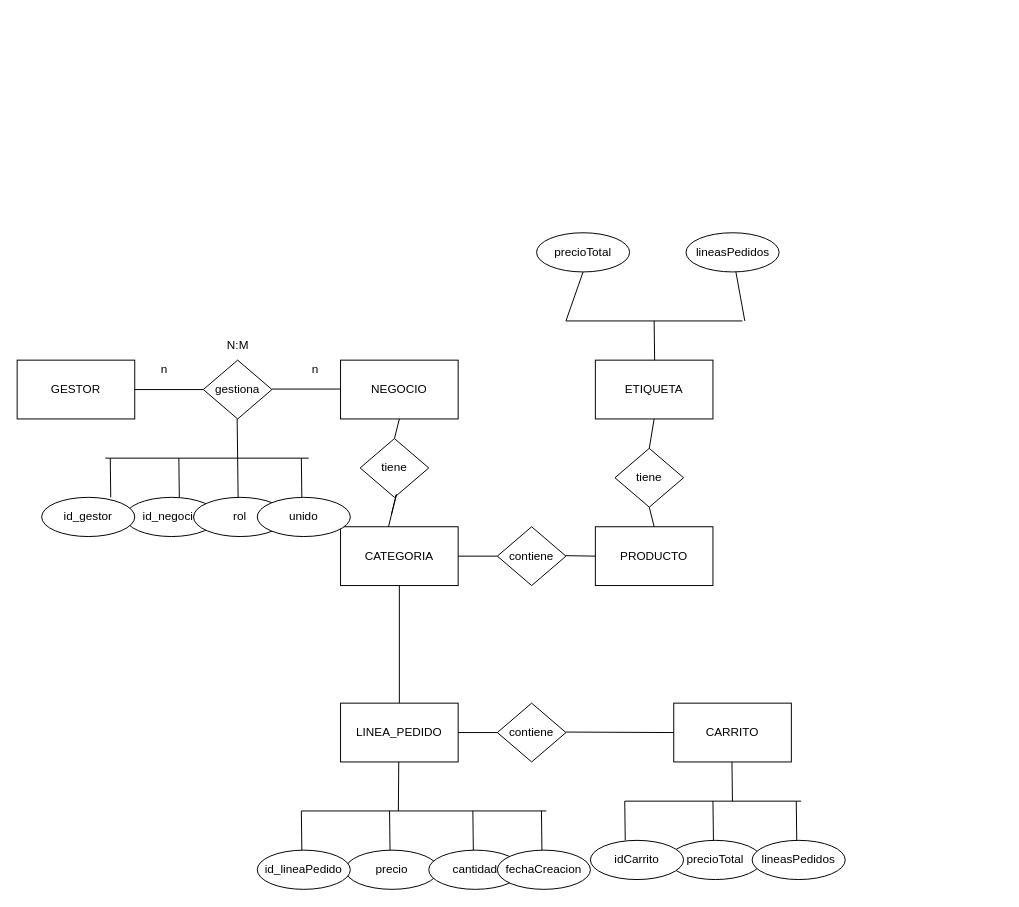
bilaldev1996/BaseDeDatos keeps this draw.io diagram as Diagrama sin título.drawio. Above is the earlier version. Source tidied: cells renumbered, new cells numbered last; positions are measured from the earlier drawing's top-left corner, leaving out a move shared by most shapes. Both pictures are drawn from the tidied source at 98%, with x=0, y=0 at pixel (17, 232).
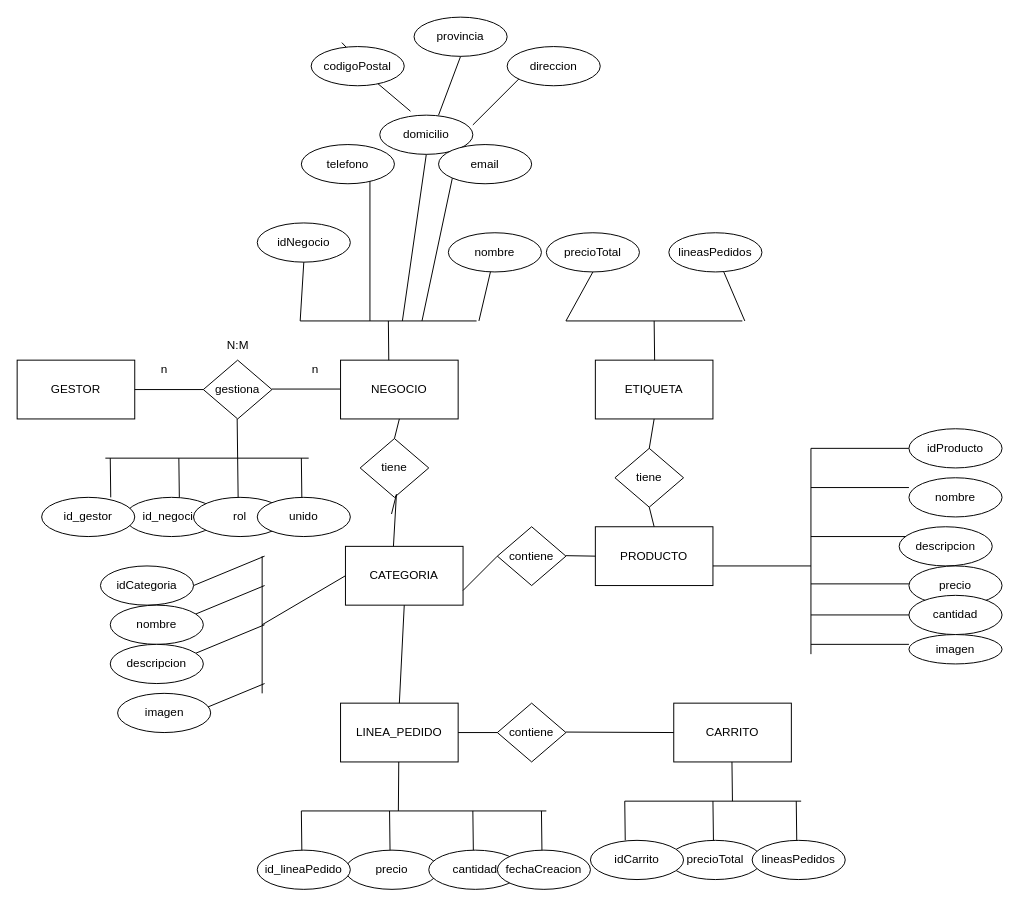
The same page after the edit.

The change refers to these unchanged cells:
```xml
<mxCell id="13" value="contiene" style="rhombus;whiteSpace=wrap;html=1;" parent="1" vertex="1">
  <mxGeometry x="490" y="300" width="70" height="60" as="geometry" />
</mxCell>
```

The edit, as a diff of the source:
```diff
@@
     <mxCell id="4" value="CATEGORIA" style="rounded=0;whiteSpace=wrap;html=1;" parent="1" vertex="1">
-      <mxGeometry x="330" y="300" width="120" height="60" as="geometry" />
+      <mxGeometry x="335" y="320" width="120" height="60" as="geometry" />
     </mxCell>
@@
-    <mxCell id="14" style="endArrow=none;html=1;rounded=0;entryX=0;entryY=0.5;entryDx=0;entryDy=0;" parent="1" edge="1" target="13">
-      <mxGeometry relative="1" as="geometry">
-        <mxPoint x="450" y="330" as="sourcePoint" />
-      </mxGeometry>
+    <mxCell id="14" style="endArrow=none;html=1;rounded=0;entryX=0;entryY=0.5;entryDx=0;entryDy=0;exitX=1;exitY=0.75;exitDx=0;exitDy=0;" parent="1" edge="1" source="4" target="13">
+      <mxGeometry relative="1" as="geometry" />
     </mxCell>
@@
     <mxCell id="58" value="precioTotal" style="ellipse;whiteSpace=wrap;html=1;" parent="1" vertex="1">
-      <mxGeometry x="530" width="95" height="40" as="geometry" />
+      <mxGeometry x="540" width="95" height="40" as="geometry" />
     </mxCell>
@@
     <mxCell id="60" value="lineasPedidos" style="ellipse;whiteSpace=wrap;html=1;" parent="1" vertex="1">
-      <mxGeometry x="682.5" width="95" height="40" as="geometry" />
+      <mxGeometry x="665" width="95" height="40" as="geometry" />
     </mxCell>
@@
+    <mxCell id="63" style="endArrow=none;html=1;rounded=0;endSize=6;" parent="1" edge="1">
+      <mxGeometry relative="1" as="geometry">
+        <mxPoint x="250" y="400" as="sourcePoint" />
+        <mxPoint x="335" y="350" as="targetPoint" />
+      </mxGeometry>
+    </mxCell>
+    <mxCell id="64" style="endArrow=none;html=1;rounded=0;endSize=6;" parent="1" edge="1">
+      <mxGeometry relative="1" as="geometry">
+        <mxPoint x="250" y="470" as="sourcePoint" />
+        <mxPoint x="250" y="330" as="targetPoint" />
+      </mxGeometry>
+    </mxCell>
+    <mxCell id="65" style="endArrow=none;html=1;rounded=0;endSize=6;" parent="1" edge="1">
+      <mxGeometry relative="1" as="geometry">
+        <mxPoint x="180" y="360" as="sourcePoint" />
+        <mxPoint x="252.5" y="330" as="targetPoint" />
+      </mxGeometry>
+    </mxCell>
+    <mxCell id="66" style="endArrow=none;html=1;rounded=0;endSize=6;" parent="1" edge="1">
+      <mxGeometry relative="1" as="geometry">
+        <mxPoint x="180" y="390" as="sourcePoint" />
+        <mxPoint x="252.5" y="360" as="targetPoint" />
+      </mxGeometry>
+    </mxCell>
+    <mxCell id="67" style="endArrow=none;html=1;rounded=0;endSize=6;" parent="1" edge="1">
+      <mxGeometry relative="1" as="geometry">
+        <mxPoint x="180" y="430" as="sourcePoint" />
+        <mxPoint x="252.5" y="400" as="targetPoint" />
+      </mxGeometry>
+    </mxCell>
+    <mxCell id="68" style="endArrow=none;html=1;rounded=0;endSize=6;" parent="1" edge="1">
+      <mxGeometry relative="1" as="geometry">
+        <mxPoint x="180" y="490" as="sourcePoint" />
+        <mxPoint x="252.5" y="460" as="targetPoint" />
+      </mxGeometry>
+    </mxCell>
+    <mxCell id="69" value="idCategoria" style="ellipse;whiteSpace=wrap;html=1;" parent="1" vertex="1">
+      <mxGeometry x="85" y="340" width="95" height="40" as="geometry" />
+    </mxCell>
+    <mxCell id="70" value="nombre" style="ellipse;whiteSpace=wrap;html=1;" parent="1" vertex="1">
+      <mxGeometry x="95" y="380" width="95" height="40" as="geometry" />
+    </mxCell>
+    <mxCell id="71" value="descripcion" style="ellipse;whiteSpace=wrap;html=1;" parent="1" vertex="1">
+      <mxGeometry x="95" y="420" width="95" height="40" as="geometry" />
+    </mxCell>
+    <mxCell id="72" value="imagen" style="ellipse;whiteSpace=wrap;html=1;" parent="1" vertex="1">
+      <mxGeometry x="102.5" y="470" width="95" height="40" as="geometry" />
+    </mxCell>
+    <mxCell id="73" style="endArrow=none;html=1;rounded=0;endSize=6;" parent="1" edge="1">
+      <mxGeometry relative="1" as="geometry">
+        <mxPoint x="710" y="340" as="sourcePoint" />
+        <mxPoint x="810" y="340" as="targetPoint" />
+      </mxGeometry>
+    </mxCell>
+    <mxCell id="74" style="endArrow=none;html=1;rounded=0;endSize=6;" parent="1" edge="1">
+      <mxGeometry relative="1" as="geometry">
+        <mxPoint x="810" y="430" as="sourcePoint" />
+        <mxPoint x="810" y="220" as="targetPoint" />
+      </mxGeometry>
+    </mxCell>
+    <mxCell id="75" style="endArrow=none;html=1;rounded=0;endSize=6;" parent="1" edge="1">
+      <mxGeometry relative="1" as="geometry">
+        <mxPoint x="810" y="220" as="sourcePoint" />
+        <mxPoint x="910" y="220" as="targetPoint" />
+      </mxGeometry>
+    </mxCell>
+    <mxCell id="76" style="endArrow=none;html=1;rounded=0;endSize=6;" parent="1" edge="1">
+      <mxGeometry relative="1" as="geometry">
+        <mxPoint x="810" y="260" as="sourcePoint" />
+        <mxPoint x="910" y="260" as="targetPoint" />
+      </mxGeometry>
+    </mxCell>
+    <mxCell id="77" style="endArrow=none;html=1;rounded=0;endSize=6;" parent="1" edge="1">
+      <mxGeometry relative="1" as="geometry">
+        <mxPoint x="810" y="310" as="sourcePoint" />
+        <mxPoint x="910" y="310" as="targetPoint" />
+      </mxGeometry>
+    </mxCell>
+    <mxCell id="78" style="endArrow=none;html=1;rounded=0;endSize=6;" parent="1" edge="1">
+      <mxGeometry relative="1" as="geometry">
+        <mxPoint x="810" y="358.3" as="sourcePoint" />
+        <mxPoint x="910" y="358.3" as="targetPoint" />
+      </mxGeometry>
+    </mxCell>
+    <mxCell id="79" style="endArrow=none;html=1;rounded=0;endSize=6;" parent="1" edge="1">
+      <mxGeometry relative="1" as="geometry">
+        <mxPoint x="810" y="420" as="sourcePoint" />
+        <mxPoint x="910" y="420" as="targetPoint" />
+      </mxGeometry>
+    </mxCell>
+    <mxCell id="80" style="endArrow=none;html=1;rounded=0;endSize=6;" parent="1" edge="1">
+      <mxGeometry relative="1" as="geometry">
+        <mxPoint x="810" y="390" as="sourcePoint" />
+        <mxPoint x="910" y="390" as="targetPoint" />
+      </mxGeometry>
+    </mxCell>
+    <mxCell id="81" value="idProducto" style="ellipse;whiteSpace=wrap;html=1;" parent="1" vertex="1">
+      <mxGeometry x="910" y="200" width="95" height="40" as="geometry" />
+    </mxCell>
+    <mxCell id="82" value="nombre" style="ellipse;whiteSpace=wrap;html=1;" parent="1" vertex="1">
+      <mxGeometry x="910" y="250" width="95" height="40" as="geometry" />
+    </mxCell>
+    <mxCell id="83" value="descripcion" style="ellipse;whiteSpace=wrap;html=1;" parent="1" vertex="1">
+      <mxGeometry x="900" y="300" width="95" height="40" as="geometry" />
+    </mxCell>
+    <mxCell id="84" value="precio" style="ellipse;whiteSpace=wrap;html=1;" parent="1" vertex="1">
+      <mxGeometry x="910" y="340" width="95" height="40" as="geometry" />
+    </mxCell>
+    <mxCell id="85" value="cantidad" style="ellipse;whiteSpace=wrap;html=1;" parent="1" vertex="1">
+      <mxGeometry x="910" y="370" width="95" height="40" as="geometry" />
+    </mxCell>
+    <mxCell id="86" value="imagen" style="ellipse;whiteSpace=wrap;html=1;" parent="1" vertex="1">
+      <mxGeometry x="910" y="410" width="95" height="30" as="geometry" />
+    </mxCell>
+    <mxCell id="87" style="endArrow=none;html=1;rounded=0;endSize=6;" parent="1" edge="1">
+      <mxGeometry relative="1" as="geometry">
+        <mxPoint x="288.8" y="90" as="sourcePoint" />
+        <mxPoint x="468.8" y="90" as="targetPoint" />
+      </mxGeometry>
+    </mxCell>
+    <mxCell id="88" value="idNegocio" style="ellipse;whiteSpace=wrap;html=1;" parent="1" vertex="1">
+      <mxGeometry x="245" y="-10" width="95" height="40" as="geometry" />
+    </mxCell>
+    <mxCell id="89" style="endArrow=none;html=1;rounded=0;endSize=6;" parent="1" edge="1">
+      <mxGeometry relative="1" as="geometry">
+        <mxPoint x="379.2" y="130" as="sourcePoint" />
+        <mxPoint x="378.8" y="90" as="targetPoint" />
+      </mxGeometry>
+    </mxCell>
+    <mxCell id="90" value="nombre" style="ellipse;whiteSpace=wrap;html=1;" parent="1" vertex="1">
+      <mxGeometry x="440" width="95" height="40" as="geometry" />
+    </mxCell>
+    <mxCell id="91" style="endArrow=none;html=1;rounded=0;endSize=6;entryX=0.5;entryY=1;entryDx=0;entryDy=0;" parent="1" edge="1" target="88">
+      <mxGeometry relative="1" as="geometry">
+        <mxPoint x="288.8" y="90" as="sourcePoint" />
+      </mxGeometry>
+    </mxCell>
+    <mxCell id="92" style="endArrow=none;html=1;rounded=0;endSize=6;" parent="1" edge="1" target="90">
+      <mxGeometry relative="1" as="geometry">
+        <mxPoint x="471.2" y="90" as="sourcePoint" />
+      </mxGeometry>
+    </mxCell>
+    <mxCell id="93" style="endArrow=none;html=1;rounded=0;endSize=6;" parent="1" edge="1">
+      <mxGeometry relative="1" as="geometry">
+        <mxPoint x="360" y="90" as="sourcePoint" />
+        <mxPoint x="360" y="-60" as="targetPoint" />
+      </mxGeometry>
+    </mxCell>
+    <mxCell id="94" style="endArrow=none;html=1;rounded=0;endSize=6;entryX=0.5;entryY=1;entryDx=0;entryDy=0;" parent="1" edge="1" target="97">
+      <mxGeometry relative="1" as="geometry">
+        <mxPoint x="393.1" y="90" as="sourcePoint" />
+      </mxGeometry>
+    </mxCell>
+    <mxCell id="95" style="endArrow=none;html=1;rounded=0;endSize=6;entryX=0;entryY=1;entryDx=0;entryDy=0;" parent="1" edge="1" target="98">
+      <mxGeometry relative="1" as="geometry">
+        <mxPoint x="413.1" y="90" as="sourcePoint" />
+      </mxGeometry>
+    </mxCell>
+    <mxCell id="96" value="telefono" style="ellipse;whiteSpace=wrap;html=1;" parent="1" vertex="1">
+      <mxGeometry x="290" y="-90" width="95" height="40" as="geometry" />
+    </mxCell>
+    <mxCell id="97" value="domicilio" style="ellipse;whiteSpace=wrap;html=1;" parent="1" vertex="1">
+      <mxGeometry x="370" y="-120" width="95" height="40" as="geometry" />
+    </mxCell>
+    <mxCell id="98" value="email" style="ellipse;whiteSpace=wrap;html=1;" parent="1" vertex="1">
+      <mxGeometry x="430" y="-90" width="95" height="40" as="geometry" />
+    </mxCell>
+    <mxCell id="99" style="endArrow=none;html=1;rounded=0;endSize=6;entryX=0.5;entryY=1;entryDx=0;entryDy=0;" parent="1" edge="1" target="100">
+      <mxGeometry relative="1" as="geometry">
+        <mxPoint x="430" y="-120" as="sourcePoint" />
+      </mxGeometry>
+    </mxCell>
+    <mxCell id="100" value="provincia" style="ellipse;whiteSpace=wrap;html=1;" parent="1" vertex="1">
+      <mxGeometry x="405" y="-220" width="95" height="40" as="geometry" />
+    </mxCell>
+    <mxCell id="101" style="endArrow=none;html=1;rounded=0;endSize=6;" parent="1" edge="1">
+      <mxGeometry relative="1" as="geometry">
+        <mxPoint x="465" y="-110" as="sourcePoint" />
+        <mxPoint x="515" y="-160" as="targetPoint" />
+      </mxGeometry>
+    </mxCell>
+    <mxCell id="102" value="direccion" style="ellipse;whiteSpace=wrap;html=1;" parent="1" vertex="1">
+      <mxGeometry x="500" y="-190" width="95" height="40" as="geometry" />
+    </mxCell>
+    <mxCell id="103" style="endArrow=none;html=1;rounded=0;endSize=6;exitX=0.33;exitY=-0.1;exitDx=0;exitDy=0;exitPerimeter=0;startArrow=none;" parent="1" edge="1" source="104">
+      <mxGeometry relative="1" as="geometry">
+        <mxPoint x="354" y="-170" as="targetPoint" />
+      </mxGeometry>
+    </mxCell>
+    <mxCell id="104" value="codigoPostal" style="ellipse;whiteSpace=wrap;html=1;" parent="1" vertex="1">
+      <mxGeometry x="300" y="-190" width="95" height="40" as="geometry" />
+    </mxCell>
+    <mxCell id="105" style="endArrow=none;html=1;rounded=0;endSize=6;exitX=0.33;exitY=-0.1;exitDx=0;exitDy=0;exitPerimeter=0;" parent="1" edge="1" source="97" target="104">
+      <mxGeometry relative="1" as="geometry" />
+    </mxCell>
```
